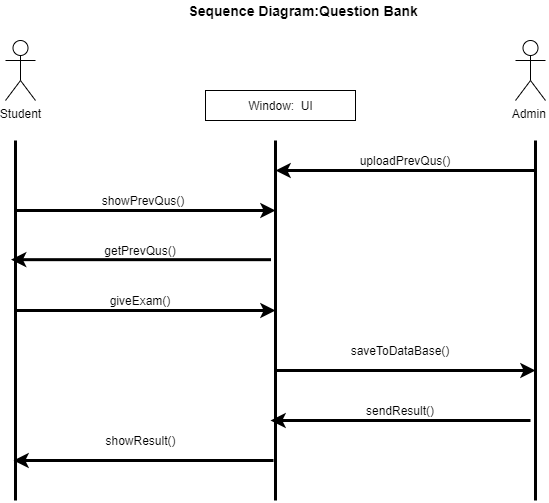
This is sequence_diagram(Question Bank).png from SabiulSabit/UML-Diagram-For-Project, a draw.io export, as it was before one commit. Source tidied: cells renumbered, new cells last; positions are measured from the earlier drawing's top-left corner, leaving out a move shared by most shapes.
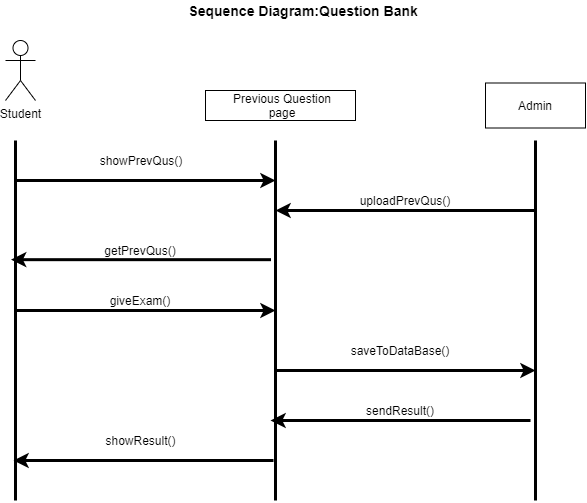
The same diagram one commit later.

Change to the diagram source:
```diff
@@ -25,8 +25,8 @@
     </mxCell>
     <mxCell id="6" style="endArrow=classic;html=1;strokeWidth=3;" parent="1" edge="1">
       <mxGeometry relative="1" as="geometry">
-        <mxPoint x="10" y="210" as="sourcePoint" />
-        <mxPoint x="270" y="210" as="targetPoint" />
+        <mxPoint x="10" y="180" as="sourcePoint" />
+        <mxPoint x="270" y="180" as="targetPoint" />
       </mxGeometry>
     </mxCell>
     <mxCell id="7" style="endArrow=classic;html=1;strokeWidth=3;" parent="1" edge="1">
@@ -35,9 +35,6 @@
         <mxPoint x="5.5" y="259.2" as="targetPoint" />
       </mxGeometry>
     </mxCell>
-    <mxCell id="8" value="Admin&amp;nbsp;" style="shape=umlActor;verticalLabelPosition=bottom;labelBackgroundColor=#ffffff;verticalAlign=top;html=1;" parent="1" vertex="1">
-      <mxGeometry x="510" y="40" width="30" height="60" as="geometry" />
-    </mxCell>
     <mxCell id="9" style="endArrow=classic;html=1;strokeWidth=3;" parent="1" edge="1">
       <mxGeometry relative="1" as="geometry">
         <mxPoint x="270" y="370" as="sourcePoint" />
@@ -62,14 +59,14 @@
     <mxCell id="14" style="rounded=0;whiteSpace=wrap;html=1;" parent="1" vertex="1">
       <mxGeometry x="200" y="90" width="150" height="30" as="geometry" />
     </mxCell>
-    <mxCell id="15" value="Window:&amp;nbsp; UI" style="text;html=1;strokeColor=none;fillColor=none;align=center;verticalAlign=middle;whiteSpace=wrap;rounded=0;" parent="1" vertex="1">
-      <mxGeometry x="232.5" y="95" width="85" height="20" as="geometry" />
+    <mxCell id="15" value="Previous Question page" style="text;html=1;strokeColor=none;fillColor=none;align=center;verticalAlign=middle;whiteSpace=wrap;rounded=0;" parent="1" vertex="1">
+      <mxGeometry x="222.5" y="95" width="107.5" height="20" as="geometry" />
     </mxCell>
     <mxCell id="16" value="&lt;font style=&quot;font-size: 14px&quot;&gt;&lt;b&gt;Sequence Diagram:Question Bank&amp;nbsp;&lt;/b&gt;&lt;/font&gt;" style="text;html=1;strokeColor=none;fillColor=none;align=center;verticalAlign=middle;whiteSpace=wrap;rounded=0;" parent="1" vertex="1">
       <mxGeometry x="170" width="260" height="20" as="geometry" />
     </mxCell>
     <mxCell id="17" value="showPrevQus()" style="text;html=1;strokeColor=none;fillColor=none;align=center;verticalAlign=middle;whiteSpace=wrap;rounded=0;" parent="1" vertex="1">
-      <mxGeometry x="68" y="190" width="140" height="20" as="geometry" />
+      <mxGeometry x="65.5" y="150" width="140" height="20" as="geometry" />
     </mxCell>
     <mxCell id="18" style="endArrow=classic;html=1;strokeWidth=3;" parent="1" edge="1">
       <mxGeometry relative="1" as="geometry">
@@ -85,12 +82,12 @@
     </mxCell>
     <mxCell id="20" style="endArrow=classic;html=1;strokeWidth=3;" parent="1" edge="1">
       <mxGeometry relative="1" as="geometry">
-        <mxPoint x="530" y="170" as="sourcePoint" />
-        <mxPoint x="270" y="170" as="targetPoint" />
+        <mxPoint x="530" y="210" as="sourcePoint" />
+        <mxPoint x="270" y="210" as="targetPoint" />
       </mxGeometry>
     </mxCell>
     <mxCell id="21" value="uploadPrevQus()" style="text;html=1;strokeColor=none;fillColor=none;align=center;verticalAlign=middle;whiteSpace=wrap;rounded=0;" parent="1" vertex="1">
-      <mxGeometry x="380" y="150" width="40" height="20" as="geometry" />
+      <mxGeometry x="380" y="190" width="40" height="20" as="geometry" />
     </mxCell>
     <mxCell id="22" value="getPrevQus()" style="text;html=1;strokeColor=none;fillColor=none;align=center;verticalAlign=middle;whiteSpace=wrap;rounded=0;" parent="1" vertex="1">
       <mxGeometry x="115" y="240" width="40" height="20" as="geometry" />
@@ -98,5 +95,8 @@
     <mxCell id="23" value="giveExam()" style="text;html=1;strokeColor=none;fillColor=none;align=center;verticalAlign=middle;whiteSpace=wrap;rounded=0;" parent="1" vertex="1">
       <mxGeometry x="115" y="290" width="40" height="20" as="geometry" />
     </mxCell>
+    <mxCell id="8" value="Admin" style="rounded=0;whiteSpace=wrap;html=1;" parent="1" vertex="1">
+      <mxGeometry x="480" y="82.5" width="100" height="45" as="geometry" />
+    </mxCell>
   </root>
 </mxGraphModel>
```
